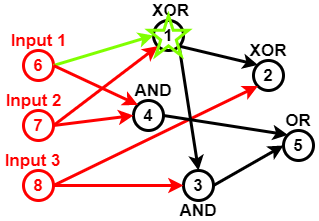
This is Untitled Diagram.png from sara1024/-CCF201412-2-Z-, a draw.io export, as it was before one commit. Source tidied: cells renumbered, new cells last; positions are measured from the earlier drawing's top-left corner, leaving out a move shared by most shapes.
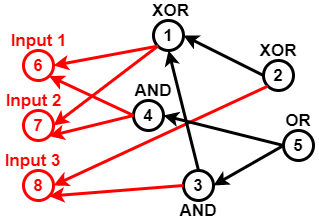
Above is the later version.

Diff of the diagram source:
```diff
@@ -14,53 +14,53 @@
     <mxCell id="5" value="1" style="ellipse;whiteSpace=wrap;html=1;strokeWidth=3;fillColor=none;fontSize=17;fontColor=#000000;fontStyle=1;" parent="1" vertex="1">
       <mxGeometry x="152" y="20" width="30" height="30" as="geometry" />
     </mxCell>
-    <mxCell id="6" style="endArrow=classic;html=1;fontSize=17;fontColor=#000000;strokeWidth=3;exitX=1;exitY=0.5;exitDx=0;exitDy=0;entryX=0;entryY=0.5;entryDx=0;entryDy=0;strokeColor=#80FF00;" parent="1" edge="1" source="2" target="5">
+    <mxCell id="6" style="endArrow=classic;html=1;fontSize=17;fontColor=#000000;strokeWidth=3;entryX=1;entryY=0.5;entryDx=0;entryDy=0;strokeColor=#FF0000;exitX=0;exitY=1;exitDx=0;exitDy=0;" parent="1" edge="1" source="5" target="2">
       <mxGeometry relative="1" as="geometry" />
     </mxCell>
-    <mxCell id="7" style="endArrow=classic;html=1;strokeColor=#FF0000;strokeWidth=3;fontSize=17;fontColor=#000000;exitX=1;exitY=0.5;exitDx=0;exitDy=0;entryX=0;entryY=1;entryDx=0;entryDy=0;" parent="1" edge="1" source="3" target="5">
+    <mxCell id="7" style="endArrow=classic;html=1;strokeColor=#FF0000;strokeWidth=3;fontSize=17;fontColor=#000000;entryX=1;entryY=0.5;entryDx=0;entryDy=0;exitX=0;exitY=1;exitDx=0;exitDy=0;" parent="1" edge="1" source="5" target="3">
       <mxGeometry relative="1" as="geometry" />
     </mxCell>
     <mxCell id="8" value="4" style="ellipse;whiteSpace=wrap;html=1;strokeColor=#000000;strokeWidth=3;fillColor=none;fontSize=17;fontColor=#000000;fontStyle=1;" parent="1" vertex="1">
       <mxGeometry x="132" y="100" width="30" height="30" as="geometry" />
     </mxCell>
-    <mxCell id="9" style="endArrow=classic;html=1;strokeColor=#FF0000;strokeWidth=3;fontSize=17;fontColor=#000000;exitX=1;exitY=0.5;exitDx=0;exitDy=0;entryX=0;entryY=0.5;entryDx=0;entryDy=0;" parent="1" edge="1" source="3" target="8">
+    <mxCell id="9" style="endArrow=classic;html=1;strokeColor=#FF0000;strokeWidth=3;fontSize=17;fontColor=#000000;entryX=1;entryY=1;entryDx=0;entryDy=0;exitX=0;exitY=0.5;exitDx=0;exitDy=0;" parent="1" edge="1" source="8" target="3">
       <mxGeometry relative="1" as="geometry" />
     </mxCell>
-    <mxCell id="10" style="endArrow=classic;html=1;strokeColor=#FF0000;strokeWidth=3;fontSize=17;fontColor=#000000;exitX=1;exitY=0.5;exitDx=0;exitDy=0;entryX=0;entryY=0;entryDx=0;entryDy=0;" parent="1" edge="1" source="2" target="8">
+    <mxCell id="10" style="endArrow=classic;html=1;strokeColor=#FF0000;strokeWidth=3;fontSize=17;fontColor=#000000;entryX=1;entryY=1;entryDx=0;entryDy=0;exitX=0;exitY=0.5;exitDx=0;exitDy=0;" parent="1" edge="1" source="8" target="2">
       <mxGeometry relative="1" as="geometry" />
     </mxCell>
     <mxCell id="11" value="3" style="ellipse;whiteSpace=wrap;html=1;strokeColor=#000000;strokeWidth=3;fillColor=none;fontSize=17;fontColor=#000000;fontStyle=1;" parent="1" vertex="1">
       <mxGeometry x="182" y="170" width="30" height="30" as="geometry" />
     </mxCell>
-    <mxCell id="12" style="endArrow=classic;html=1;strokeColor=#FF0000;strokeWidth=3;fontSize=17;fontColor=#000000;exitX=1;exitY=0.5;exitDx=0;exitDy=0;entryX=0;entryY=0.5;entryDx=0;entryDy=0;" parent="1" edge="1" source="4" target="11">
+    <mxCell id="12" style="endArrow=classic;html=1;strokeColor=#FF0000;strokeWidth=3;fontSize=17;fontColor=#000000;entryX=1;entryY=1;entryDx=0;entryDy=0;exitX=0;exitY=0.5;exitDx=0;exitDy=0;" parent="1" edge="1" source="11" target="4">
       <mxGeometry relative="1" as="geometry" />
     </mxCell>
     <mxCell id="13" value="2" style="ellipse;whiteSpace=wrap;html=1;strokeColor=#000000;strokeWidth=3;fillColor=none;fontSize=17;fontColor=#000000;fontStyle=1;" parent="1" vertex="1">
-      <mxGeometry x="252" y="60" width="30" height="30" as="geometry" />
+      <mxGeometry x="262" y="60" width="30" height="30" as="geometry" />
     </mxCell>
-    <mxCell id="14" style="endArrow=classic;html=1;strokeColor=#FF0000;strokeWidth=3;fontSize=17;fontColor=#000000;exitX=1;exitY=0.5;exitDx=0;exitDy=0;entryX=0;entryY=1;entryDx=0;entryDy=0;" parent="1" edge="1" source="4" target="13">
+    <mxCell id="14" style="endArrow=classic;html=1;strokeColor=#FF0000;strokeWidth=3;fontSize=17;fontColor=#000000;entryX=1;entryY=0.5;entryDx=0;entryDy=0;exitX=0;exitY=1;exitDx=0;exitDy=0;" parent="1" edge="1" source="13" target="4">
       <mxGeometry relative="1" as="geometry" />
     </mxCell>
     <mxCell id="15" value="5" style="ellipse;whiteSpace=wrap;html=1;strokeColor=#000000;strokeWidth=3;fillColor=none;fontSize=17;fontColor=#000000;fontStyle=1;" parent="1" vertex="1">
       <mxGeometry x="282" y="130" width="30" height="30" as="geometry" />
     </mxCell>
-    <mxCell id="16" style="endArrow=classic;html=1;strokeWidth=3;fontSize=17;fontColor=#000000;exitX=1;exitY=0.5;exitDx=0;exitDy=0;entryX=0;entryY=0;entryDx=0;entryDy=0;" parent="1" edge="1" source="8" target="15">
+    <mxCell id="16" style="endArrow=classic;html=1;strokeWidth=3;fontSize=17;fontColor=#000000;entryX=1;entryY=0.5;entryDx=0;entryDy=0;exitX=0;exitY=0.5;exitDx=0;exitDy=0;" parent="1" edge="1" source="15" target="8">
       <mxGeometry relative="1" as="geometry" />
     </mxCell>
-    <mxCell id="17" style="endArrow=classic;html=1;strokeColor=#000000;strokeWidth=3;fontSize=17;fontColor=#000000;exitX=1;exitY=0.5;exitDx=0;exitDy=0;entryX=0;entryY=0.5;entryDx=0;entryDy=0;" parent="1" edge="1" source="11" target="15">
+    <mxCell id="17" style="endArrow=classic;html=1;strokeColor=#000000;strokeWidth=3;fontSize=17;fontColor=#000000;entryX=1;entryY=0.5;entryDx=0;entryDy=0;exitX=0;exitY=0.5;exitDx=0;exitDy=0;" parent="1" edge="1" source="15" target="11">
       <mxGeometry relative="1" as="geometry" />
     </mxCell>
-    <mxCell id="18" style="endArrow=classic;html=1;strokeColor=#000000;strokeWidth=3;fontSize=17;fontColor=#000000;exitX=1;exitY=1;exitDx=0;exitDy=0;entryX=0.5;entryY=0;entryDx=0;entryDy=0;" parent="1" edge="1" source="5" target="11">
+    <mxCell id="18" style="endArrow=classic;html=1;strokeColor=#000000;strokeWidth=3;fontSize=17;fontColor=#000000;entryX=0.5;entryY=1;entryDx=0;entryDy=0;exitX=0.5;exitY=0;exitDx=0;exitDy=0;" parent="1" edge="1" source="11" target="5">
       <mxGeometry relative="1" as="geometry" />
     </mxCell>
-    <mxCell id="19" style="endArrow=classic;html=1;strokeColor=#000000;strokeWidth=3;fontSize=17;fontColor=#000000;exitX=1;exitY=1;exitDx=0;exitDy=0;entryX=0;entryY=0;entryDx=0;entryDy=0;" parent="1" edge="1" source="5" target="13">
+    <mxCell id="19" style="endArrow=classic;html=1;strokeColor=#000000;strokeWidth=3;fontSize=17;fontColor=#000000;entryX=1;entryY=0.5;entryDx=0;entryDy=0;exitX=0;exitY=0.5;exitDx=0;exitDy=0;" parent="1" edge="1" source="13" target="5">
       <mxGeometry relative="1" as="geometry" />
     </mxCell>
     <mxCell id="20" value="XOR" style="text;html=1;strokeColor=none;fillColor=none;align=center;verticalAlign=middle;whiteSpace=wrap;rounded=0;fontSize=17;fontColor=#000000;fontStyle=1;" parent="1" vertex="1">
       <mxGeometry x="147" width="45" height="20" as="geometry" />
     </mxCell>
     <mxCell id="21" value="XOR" style="text;html=1;strokeColor=none;fillColor=none;align=center;verticalAlign=middle;whiteSpace=wrap;rounded=0;fontSize=17;fontColor=#000000;fontStyle=1;" parent="1" vertex="1">
-      <mxGeometry x="247" y="40" width="40" height="20" as="geometry" />
+      <mxGeometry x="257" y="40" width="40" height="20" as="geometry" />
     </mxCell>
     <mxCell id="22" value="OR" style="text;html=1;strokeColor=none;fillColor=none;align=center;verticalAlign=middle;whiteSpace=wrap;rounded=0;fontSize=17;fontColor=#000000;fontStyle=1;" parent="1" vertex="1">
       <mxGeometry x="277" y="110" width="40" height="20" as="geometry" />
@@ -80,8 +80,5 @@
     <mxCell id="27" value="Input 3" style="text;html=1;strokeColor=none;fillColor=none;align=center;verticalAlign=middle;whiteSpace=wrap;rounded=0;fontSize=17;fontColor=#FF0000;fontStyle=1;" parent="1" vertex="1">
       <mxGeometry x="-0.5" y="150" width="62.5" height="20" as="geometry" />
     </mxCell>
-    <mxCell id="28" style="verticalLabelPosition=bottom;verticalAlign=top;html=1;shape=mxgraph.basic.star;strokeWidth=3;fontSize=17;fillColor=none;strokeColor=#80FF00;" parent="1" vertex="1">
-      <mxGeometry x="147" y="15" width="40" height="40" as="geometry" />
-    </mxCell>
   </root>
 </mxGraphModel>
```
